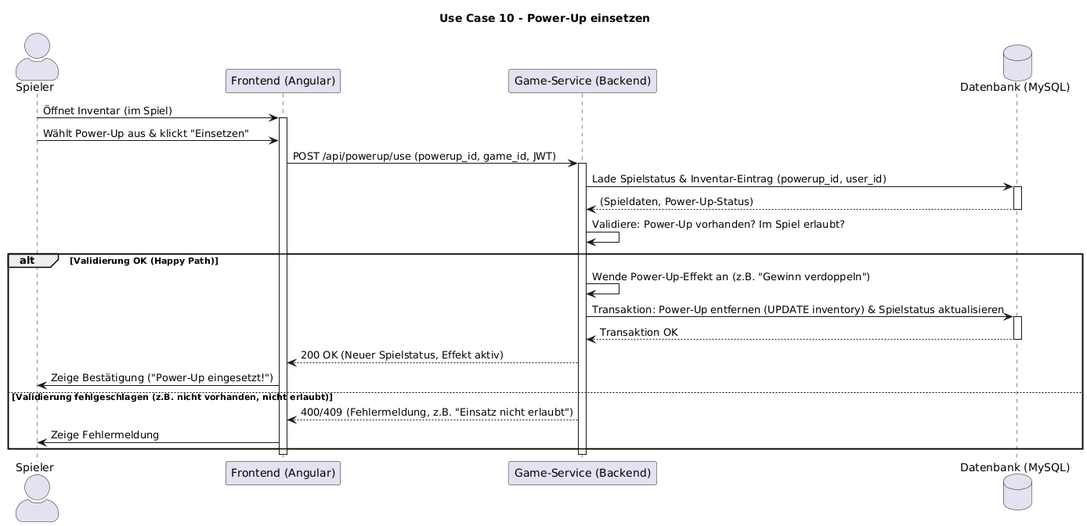
JustinKaram14/BetCeption keeps this PlantUML diagram as docs/assets/Sequenzdiagramme/Sequenzdiagramm PowerUpEinsetzen.png. Above is the earlier version. Its diagram source:
```plantuml
@startuml
title Use Case 10 - Power-Up einsetzen

skinparam sequenceActorStyle awesome

actor "Spieler" as user
participant "Frontend (Angular)" as frontend
participant "Game-Service (Backend)" as backend
database "Datenbank (MySQL)" as db

user -> frontend: Öffnet Inventar (im Spiel)
activate frontend


user -> frontend: Wählt Power-Up aus & klickt "Einsetzen"
frontend -> backend: POST /api/powerup/use (powerup_id, game_id, JWT)
activate backend

backend -> db: Lade Spielstatus & Inventar-Eintrag (powerup_id, user_id)
activate db
db --> backend: (Spieldaten, Power-Up-Status)
deactivate db

backend -> backend: Validiere: Power-Up vorhanden? Im Spiel erlaubt?

alt Validierung OK (Happy Path)
backend -> backend: Wende Power-Up-Effekt an (z.B. "Gewinn verdoppeln")

backend -> db: Transaktion: Power-Up entfernen (UPDATE inventory) & Spielstatus aktualisieren
activate db
db --> backend: Transaktion OK
deactivate db

backend --> frontend: 200 OK (Neuer Spielstatus, Effekt aktiv)
frontend -> user: Zeige Bestätigung ("Power-Up eingesetzt!")


else Validierung fehlgeschlagen (z.B. nicht vorhanden, nicht erlaubt)
backend --> frontend: 400/409 (Fehlermeldung, z.B. "Einsatz nicht erlaubt")
frontend -> user: Zeige Fehlermeldung
end

deactivate backend
deactivate frontend
@enduml
```
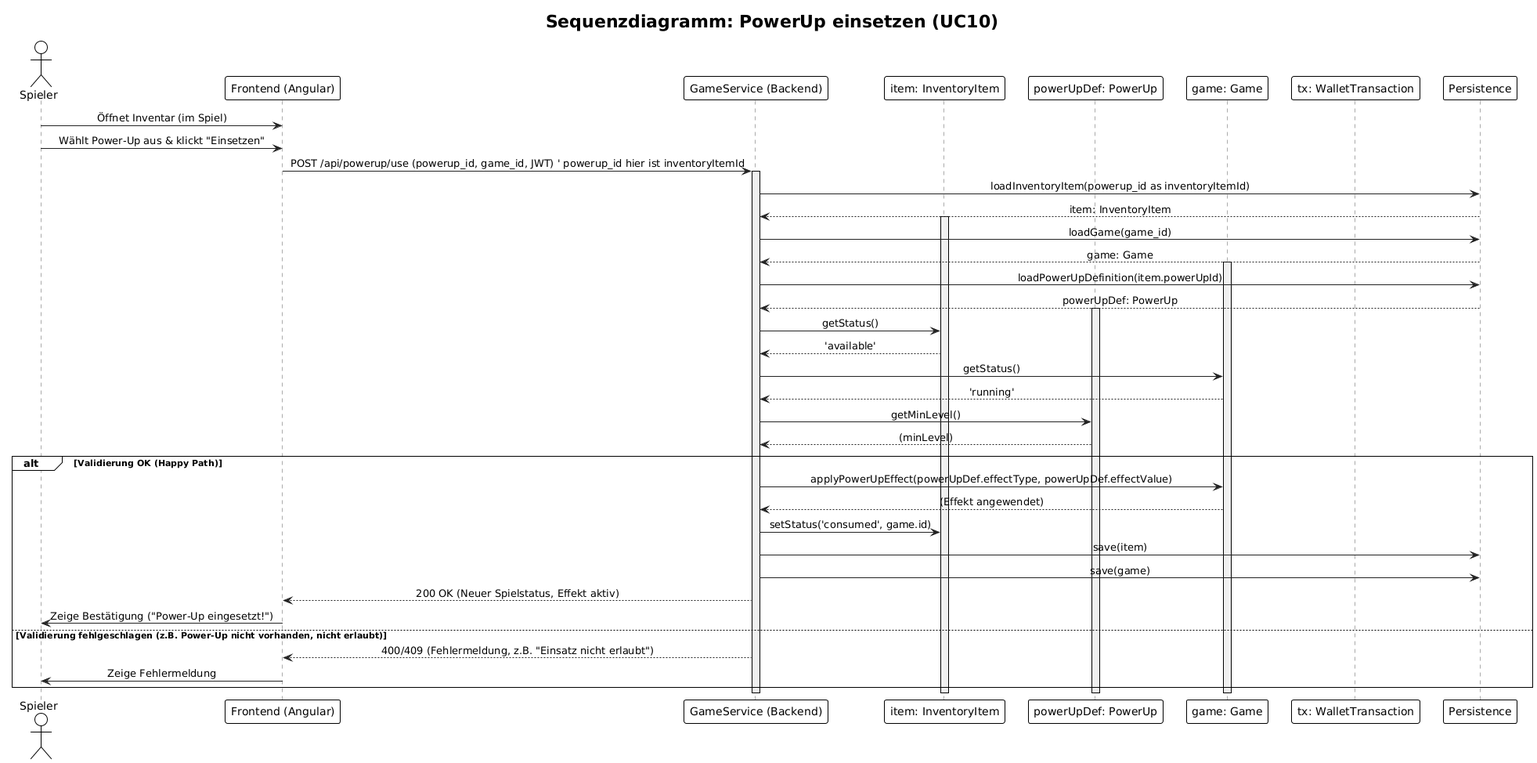
The same file after the commit.

The edit, as a diff of the source:
```diff
@@ -1,45 +1,72 @@
 @startuml
-title Use Case 10 - Power-Up einsetzen
+!theme plain
+title "Sequenzdiagramm: PowerUp einsetzen (UC10)"
 
-skinparam sequenceActorStyle awesome
+actor Spieler
+participant "Frontend (Angular)" as Frontend
+participant "GameService (Backend)" as Service
 
-actor "Spieler" as user
-participant "Frontend (Angular)" as frontend
-participant "Game-Service (Backend)" as backend
-database "Datenbank (MySQL)" as db
+participant "item: InventoryItem" as Item
+participant "powerUpDef: PowerUp" as PowerUpDef
+participant "game: Game" as Game
+participant "tx: WalletTransaction" as Tx
+participant "Persistence" as DB
 
-user -> frontend: Öffnet Inventar (im Spiel)
-activate frontend
+skinparam sequence {
+    ParticipantBorderColor #333
+    ParticipantBackgroundColor #EEE
+    ActorBorderColor #333
 
+    LifeLineBorderColor #AAA
+    LifeLineBackgroundColor #F0F0F0
 
-user -> frontend: Wählt Power-Up aus & klickt "Einsetzen"
-frontend -> backend: POST /api/powerup/use (powerup_id, game_id, JWT)
-activate backend
+    ArrowColor #222
+    MessageAlign center
+}
 
-backend -> db: Lade Spielstatus & Inventar-Eintrag (powerup_id, user_id)
-activate db
-db --> backend: (Spieldaten, Power-Up-Status)
-deactivate db
+Spieler -> Frontend: Öffnet Inventar (im Spiel)
+Spieler -> Frontend: Wählt Power-Up aus & klickt "Einsetzen"
+Frontend -> Service: POST /api/powerup/use (powerup_id, game_id, JWT) ' powerup_id hier ist inventoryItemId
+activate Service
 
-backend -> backend: Validiere: Power-Up vorhanden? Im Spiel erlaubt?
+    Service -> DB: loadInventoryItem(powerup_id as inventoryItemId)
+    DB --> Service: item: InventoryItem
+    activate Item
 
-alt Validierung OK (Happy Path)
-backend -> backend: Wende Power-Up-Effekt an (z.B. "Gewinn verdoppeln")
+    Service -> DB: loadGame(game_id)
+    DB --> Service: game: Game
+    activate Game
 
-backend -> db: Transaktion: Power-Up entfernen (UPDATE inventory) & Spielstatus aktualisieren
-activate db
-db --> backend: Transaktion OK
-deactivate db
+    Service -> DB: loadPowerUpDefinition(item.powerUpId)
+    DB --> Service: powerUpDef: PowerUp
+    activate PowerUpDef
 
-backend --> frontend: 200 OK (Neuer Spielstatus, Effekt aktiv)
-frontend -> user: Zeige Bestätigung ("Power-Up eingesetzt!")
+    Service -> Item: getStatus()
+    Item --> Service: 'available'
+    Service -> Game: getStatus()
+    Game --> Service: 'running'
+    Service -> PowerUpDef: getMinLevel()
+    PowerUpDef --> Service: (minLevel)
 
+    alt Validierung OK (Happy Path)
+        Service -> Game: applyPowerUpEffect(powerUpDef.effectType, powerUpDef.effectValue)
+        Game --> Service: (Effekt angewendet)
 
-else Validierung fehlgeschlagen (z.B. nicht vorhanden, nicht erlaubt)
-backend --> frontend: 400/409 (Fehlermeldung, z.B. "Einsatz nicht erlaubt")
-frontend -> user: Zeige Fehlermeldung
-end
+        Service -> Item: setStatus('consumed', game.id)
 
-deactivate backend
-deactivate frontend
+        Service -> DB: save(item)
+        Service -> DB: save(game)
+
+        Service --> Frontend: 200 OK (Neuer Spielstatus, Effekt aktiv)
+        Frontend -> Spieler: Zeige Bestätigung ("Power-Up eingesetzt!")
+
+    else Validierung fehlgeschlagen (z.B. Power-Up nicht vorhanden, nicht erlaubt)
+        Service --> Frontend: 400/409 (Fehlermeldung, z.B. "Einsatz nicht erlaubt")
+        Frontend -> Spieler: Zeige Fehlermeldung
+    end
+
+    deactivate PowerUpDef
+    deactivate Game
+    deactivate Item
+deactivate Service
 @enduml
```
